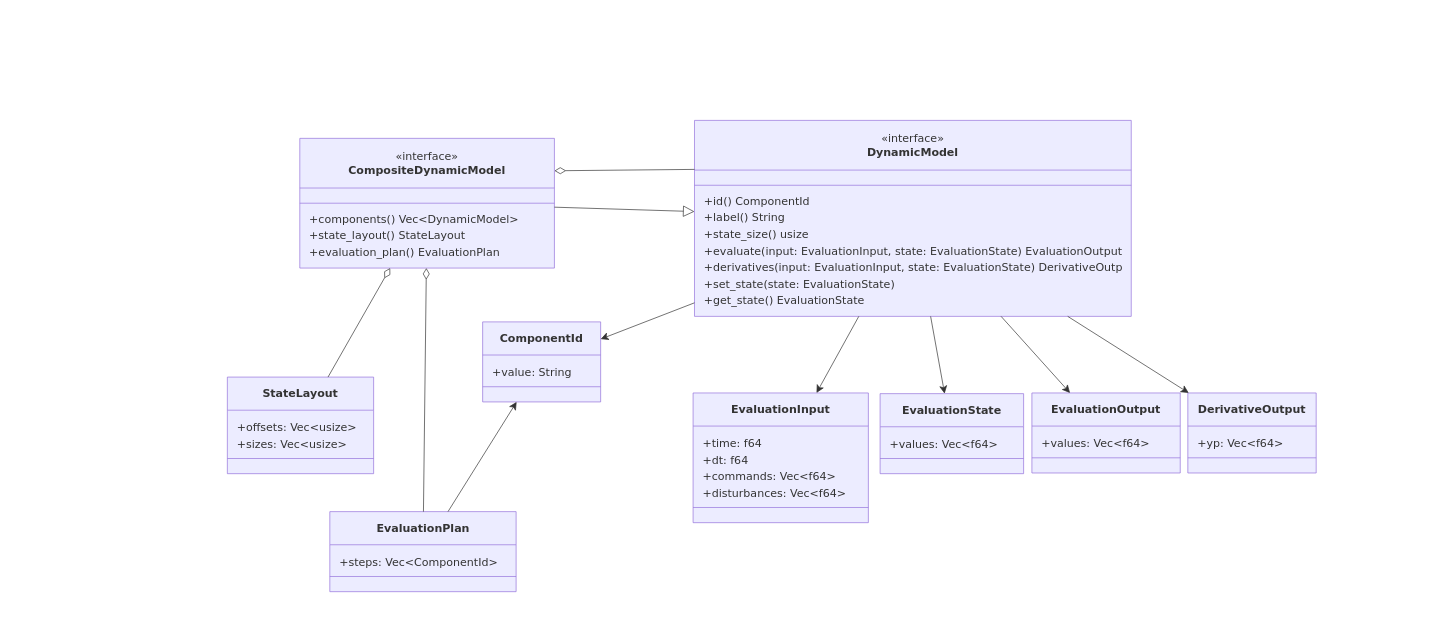
Green-Cinnamon-Labs/spec-tennessee-eastman keeps this draw.io diagram as page "DynamicModel" (3 of 7) of docs/issue55_opcua_refactor/drawio/dynamicModel.drawio. Above is the earlier version. Source tidied: cells renumbered, new cells numbered last; positions are measured from the earlier drawing's top-left corner, leaving out a move shared by most shapes. Both pictures are drawn from the tidied source at 69%, with x=0, y=0 at pixel (12, 92).
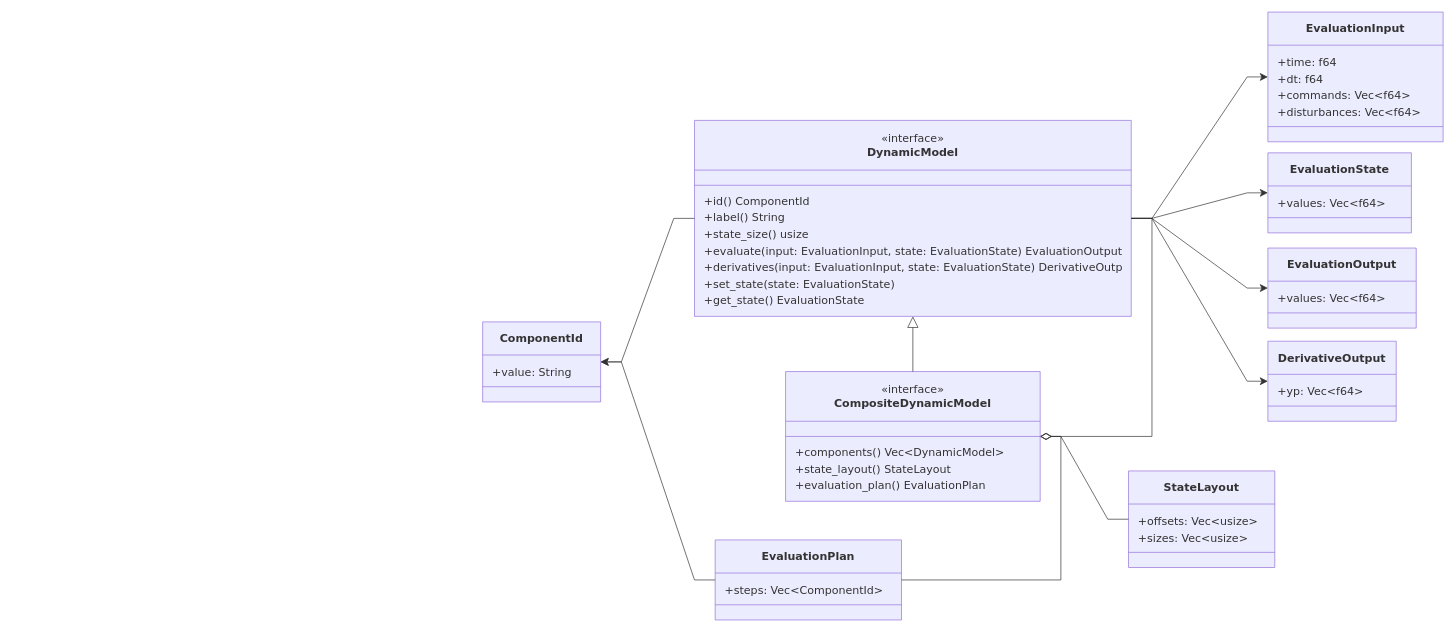
Above is the later version.

The change refers to these unchanged cells:
```xml
<mxCell id="2" style="group;transparentBounds=1;editIcon=1;lockedGroup=0;groupPadding=20;" parent="1" vertex="1">
  <mxGeometry as="geometry" />
</mxCell>
<mxCell id="3" value="«interface»&lt;br&gt;&lt;b&gt;DynamicModel&lt;/b&gt;" style="swimlane;html=1;fontStyle=0;fontSize=16;align=center;verticalAlign=middle;horizontal=1;startSize=72;swimlaneFillColor=light-dark(#ECECFF,#1f2020);whiteSpace=wrap;fillColor=light-dark(#ECECFF,#1f2020);strokeColor=light-dark(#9370DB,#cccccc);fontColor=light-dark(#333333,#cccccc);fontFamily=Trebuchet MS,Verdana,Arial,sans-serif;" parent="2" vertex="1">
  <mxGeometry x="989" y="40" width="633" height="284" as="geometry" />
</mxCell>
<mxCell id="39" value="&lt;b&gt;ComponentId&lt;/b&gt;" style="swimlane;html=1;fontStyle=0;fontSize=16;align=center;verticalAlign=middle;horizontal=1;startSize=48;swimlaneFillColor=light-dark(#ECECFF,#1f2020);whiteSpace=wrap;fillColor=light-dark(#ECECFF,#1f2020);strokeColor=light-dark(#9370DB,#cccccc);fontColor=light-dark(#333333,#cccccc);fontFamily=Trebuchet MS,Verdana,Arial,sans-serif;" parent="2" vertex="1">
  <mxGeometry x="682" y="332" width="171" height="116" as="geometry" />
</mxCell>
```

Change to the diagram source:
```diff
@@
     <mxCell id="12" value="«interface»&lt;br&gt;&lt;b&gt;CompositeDynamicModel&lt;/b&gt;" style="swimlane;html=1;fontStyle=0;fontSize=16;align=center;verticalAlign=middle;horizontal=1;startSize=72;swimlaneFillColor=light-dark(#ECECFF,#1f2020);whiteSpace=wrap;fillColor=light-dark(#ECECFF,#1f2020);strokeColor=light-dark(#9370DB,#cccccc);fontColor=light-dark(#333333,#cccccc);fontFamily=Trebuchet MS,Verdana,Arial,sans-serif;" parent="2" vertex="1">
-      <mxGeometry x="417" y="66" width="369" height="188" as="geometry" />
+      <mxGeometry x="1121" y="404" width="369" height="188" as="geometry" />
     </mxCell>
@@
     <mxCell id="17" value="&lt;b&gt;EvaluationInput&lt;/b&gt;" style="swimlane;html=1;fontStyle=0;fontSize=16;align=center;verticalAlign=middle;horizontal=1;startSize=48;swimlaneFillColor=light-dark(#ECECFF,#1f2020);whiteSpace=wrap;fillColor=light-dark(#ECECFF,#1f2020);strokeColor=light-dark(#9370DB,#cccccc);fontColor=light-dark(#333333,#cccccc);fontFamily=Trebuchet MS,Verdana,Arial,sans-serif;" parent="2" vertex="1">
-      <mxGeometry x="987" y="435" width="254" height="188" as="geometry" />
+      <mxGeometry x="1820" y="-117" width="254" height="188" as="geometry" />
     </mxCell>
@@
     <mxCell id="23" value="&lt;b&gt;EvaluationState&lt;/b&gt;" style="swimlane;html=1;fontStyle=0;fontSize=16;align=center;verticalAlign=middle;horizontal=1;startSize=48;swimlaneFillColor=light-dark(#ECECFF,#1f2020);whiteSpace=wrap;fillColor=light-dark(#ECECFF,#1f2020);strokeColor=light-dark(#9370DB,#cccccc);fontColor=light-dark(#333333,#cccccc);fontFamily=Trebuchet MS,Verdana,Arial,sans-serif;" parent="2" vertex="1">
-      <mxGeometry x="1258" y="436" width="208" height="116" as="geometry" />
+      <mxGeometry x="1820" y="87" width="208" height="116" as="geometry" />
     </mxCell>
@@
     <mxCell id="26" value="&lt;b&gt;EvaluationOutput&lt;/b&gt;" style="swimlane;html=1;fontStyle=0;fontSize=16;align=center;verticalAlign=middle;horizontal=1;startSize=48;swimlaneFillColor=light-dark(#ECECFF,#1f2020);whiteSpace=wrap;fillColor=light-dark(#ECECFF,#1f2020);strokeColor=light-dark(#9370DB,#cccccc);fontColor=light-dark(#333333,#cccccc);fontFamily=Trebuchet MS,Verdana,Arial,sans-serif;" parent="2" vertex="1">
-      <mxGeometry x="1478" y="435" width="215" height="116" as="geometry" />
+      <mxGeometry x="1820" y="225" width="215" height="116" as="geometry" />
     </mxCell>
@@
     <mxCell id="29" value="&lt;b&gt;DerivativeOutput&lt;/b&gt;" style="swimlane;html=1;fontStyle=0;fontSize=16;align=center;verticalAlign=middle;horizontal=1;startSize=48;swimlaneFillColor=light-dark(#ECECFF,#1f2020);whiteSpace=wrap;fillColor=light-dark(#ECECFF,#1f2020);strokeColor=light-dark(#9370DB,#cccccc);fontColor=light-dark(#333333,#cccccc);fontFamily=Trebuchet MS,Verdana,Arial,sans-serif;" parent="2" vertex="1">
-      <mxGeometry x="1704" y="435" width="186" height="116" as="geometry" />
+      <mxGeometry x="1820" y="360" width="186" height="116" as="geometry" />
     </mxCell>
@@
     <mxCell id="32" value="&lt;b&gt;StateLayout&lt;/b&gt;" style="swimlane;html=1;fontStyle=0;fontSize=16;align=center;verticalAlign=middle;horizontal=1;startSize=48;swimlaneFillColor=light-dark(#ECECFF,#1f2020);whiteSpace=wrap;fillColor=light-dark(#ECECFF,#1f2020);strokeColor=light-dark(#9370DB,#cccccc);fontColor=light-dark(#333333,#cccccc);fontFamily=Trebuchet MS,Verdana,Arial,sans-serif;" parent="2" vertex="1">
-      <mxGeometry x="312" y="412" width="212" height="140" as="geometry" />
+      <mxGeometry x="1618" y="548" width="212" height="140" as="geometry" />
     </mxCell>
@@
     <mxCell id="36" value="&lt;b&gt;EvaluationPlan&lt;/b&gt;" style="swimlane;html=1;fontStyle=0;fontSize=16;align=center;verticalAlign=middle;horizontal=1;startSize=48;swimlaneFillColor=light-dark(#ECECFF,#1f2020);whiteSpace=wrap;fillColor=light-dark(#ECECFF,#1f2020);strokeColor=light-dark(#9370DB,#cccccc);fontColor=light-dark(#333333,#cccccc);fontFamily=Trebuchet MS,Verdana,Arial,sans-serif;" parent="2" vertex="1">
-      <mxGeometry x="460.5" y="607" width="270" height="116" as="geometry" />
+      <mxGeometry x="1019" y="648" width="270" height="116" as="geometry" />
     </mxCell>
@@
-    <mxCell id="42" style="startArrow=block;startSize=14;startFill=0;endArrow=none;strokeColor=light-dark(#333333,#cccccc);rounded=0;" parent="2" edge="1" source="3" target="12">
+    <mxCell id="42" style="startArrow=block;startSize=14;startFill=0;endArrow=none;strokeColor=light-dark(#333333,#cccccc);rounded=0;edgeStyle=orthogonalEdgeStyle;" parent="2" edge="1" source="3" target="12">
       <mxGeometry relative="1" as="geometry" />
     </mxCell>
-    <mxCell id="43" style="startArrow=none;endArrow=classic;endSize=9;strokeColor=light-dark(#333333,#cccccc);rounded=0;" parent="2" edge="1" source="3" target="39">
+    <mxCell id="43" style="startArrow=none;endArrow=classic;endSize=9;strokeColor=light-dark(#333333,#cccccc);rounded=0;edgeStyle=entityRelationEdgeStyle;" parent="2" edge="1" source="3" target="39">
       <mxGeometry relative="1" as="geometry" />
     </mxCell>
-    <mxCell id="44" style="startArrow=none;endArrow=classic;endSize=9;strokeColor=light-dark(#333333,#cccccc);rounded=0;" parent="2" edge="1" source="3" target="17">
+    <mxCell id="44" style="startArrow=none;endArrow=classic;endSize=9;strokeColor=light-dark(#333333,#cccccc);rounded=0;edgeStyle=entityRelationEdgeStyle;" parent="2" edge="1" source="3" target="17">
       <mxGeometry relative="1" as="geometry" />
     </mxCell>
-    <mxCell id="45" style="startArrow=none;endArrow=classic;endSize=9;strokeColor=light-dark(#333333,#cccccc);rounded=0;" parent="2" edge="1" source="3" target="23">
+    <mxCell id="45" style="startArrow=none;endArrow=classic;endSize=9;strokeColor=light-dark(#333333,#cccccc);rounded=0;edgeStyle=entityRelationEdgeStyle;" parent="2" edge="1" source="3" target="23">
       <mxGeometry relative="1" as="geometry" />
     </mxCell>
-    <mxCell id="46" style="startArrow=none;endArrow=classic;endSize=9;strokeColor=light-dark(#333333,#cccccc);rounded=0;" parent="2" edge="1" source="3" target="26">
+    <mxCell id="46" style="startArrow=none;endArrow=classic;endSize=9;strokeColor=light-dark(#333333,#cccccc);rounded=0;edgeStyle=entityRelationEdgeStyle;" parent="2" edge="1" source="3" target="26">
       <mxGeometry relative="1" as="geometry" />
     </mxCell>
-    <mxCell id="47" style="startArrow=none;endArrow=classic;endSize=9;strokeColor=light-dark(#333333,#cccccc);rounded=0;" parent="2" edge="1" source="3" target="29">
+    <mxCell id="47" style="startArrow=none;endArrow=classic;endSize=9;strokeColor=light-dark(#333333,#cccccc);rounded=0;edgeStyle=entityRelationEdgeStyle;" parent="2" edge="1" source="3" target="29">
       <mxGeometry relative="1" as="geometry" />
     </mxCell>
-    <mxCell id="48" style="startArrow=diamondThin;startSize=14;startFill=0;endArrow=none;strokeColor=light-dark(#333333,#cccccc);exitX=1;exitY=0.25;exitDx=0;exitDy=0;entryX=0;entryY=0.25;entryDx=0;entryDy=0;rounded=0;" parent="2" edge="1" source="12" target="3">
+    <mxCell id="48" style="startArrow=diamondThin;startSize=14;startFill=0;endArrow=none;strokeColor=light-dark(#333333,#cccccc);rounded=0;edgeStyle=entityRelationEdgeStyle;" parent="2" edge="1" source="12" target="3">
       <mxGeometry relative="1" as="geometry" />
     </mxCell>
-    <mxCell id="49" style="startArrow=diamondThin;startSize=14;startFill=0;endArrow=none;strokeColor=light-dark(#333333,#cccccc);rounded=0;" parent="2" edge="1" source="12" target="32">
+    <mxCell id="49" style="startArrow=diamondThin;startSize=14;startFill=0;endArrow=none;strokeColor=light-dark(#333333,#cccccc);rounded=0;edgeStyle=entityRelationEdgeStyle;" parent="2" edge="1" source="12" target="32">
       <mxGeometry relative="1" as="geometry" />
     </mxCell>
-    <mxCell id="50" style="startArrow=diamondThin;startSize=14;startFill=0;endArrow=none;strokeColor=light-dark(#333333,#cccccc);rounded=0;" parent="2" edge="1" source="12" target="36">
+    <mxCell id="50" style="startArrow=diamondThin;startSize=14;startFill=0;endArrow=none;strokeColor=light-dark(#333333,#cccccc);rounded=0;edgeStyle=entityRelationEdgeStyle;" parent="2" edge="1" source="12" target="36">
       <mxGeometry relative="1" as="geometry" />
     </mxCell>
-    <mxCell id="51" style="startArrow=none;endArrow=classic;endSize=9;strokeColor=light-dark(#333333,#cccccc);rounded=0;" parent="2" edge="1" source="36" target="39">
+    <mxCell id="51" style="startArrow=none;endArrow=classic;endSize=9;strokeColor=light-dark(#333333,#cccccc);rounded=0;edgeStyle=entityRelationEdgeStyle;" parent="2" edge="1" source="36" target="39">
       <mxGeometry relative="1" as="geometry" />
     </mxCell>
```
